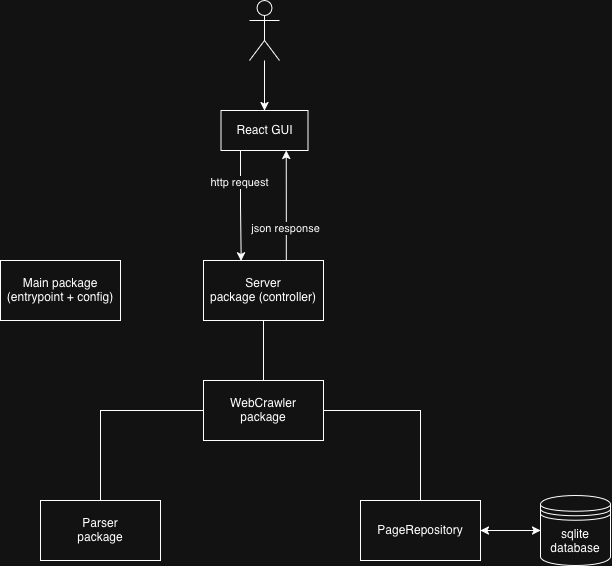
The draw.io diagram images/package-diagram.png in firozt/go-webcrawler, before a commit. Source tidied: cells renumbered, new cells last; positions are measured from the earlier drawing's top-left corner, leaving out a move shared by most shapes.
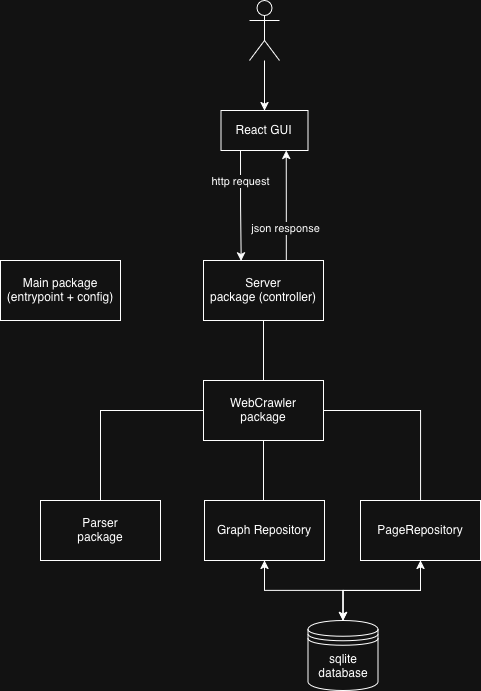
Above is the later version.

Commit message:
added graph diagram

Diff of the diagram source:
```diff
@@ -61,10 +61,24 @@
       <mxGeometry relative="1" as="geometry" />
     </mxCell>
     <mxCell id="18" value="&lt;div&gt;sqlite&lt;/div&gt;&lt;div&gt;database&lt;/div&gt;" style="shape=datastore;whiteSpace=wrap;html=1;" parent="1" vertex="1">
-      <mxGeometry x="540" y="495" width="70" height="70" as="geometry" />
+      <mxGeometry x="307.5" y="620" width="70" height="70" as="geometry" />
     </mxCell>
     <mxCell id="19" value="&lt;div&gt;Main package&lt;/div&gt;&lt;div&gt;(entrypoint + config)&lt;/div&gt;" style="rounded=0;whiteSpace=wrap;html=1;" parent="1" vertex="1">
       <mxGeometry y="260" width="120" height="60" as="geometry" />
     </mxCell>
+    <mxCell id="20" style="edgeStyle=orthogonalEdgeStyle;rounded=0;jettySize=auto;html=1;entryX=0.5;entryY=0;entryDx=0;entryDy=0;startArrow=classic;startFill=1;" parent="1" edge="1" source="22" target="18">
+      <mxGeometry relative="1" as="geometry" />
+    </mxCell>
+    <mxCell id="21" style="edgeStyle=orthogonalEdgeStyle;rounded=0;jettySize=auto;html=1;endArrow=none;endFill=0;" parent="1" edge="1" source="22" target="13">
+      <mxGeometry relative="1" as="geometry">
+        <Array as="points">
+          <mxPoint x="263" y="490" />
+          <mxPoint x="263" y="490" />
+        </Array>
+      </mxGeometry>
+    </mxCell>
+    <mxCell id="22" value="Graph Repository" style="rounded=0;whiteSpace=wrap;html=1;" parent="1" vertex="1">
+      <mxGeometry x="204" y="500" width="120" height="60" as="geometry" />
+    </mxCell>
   </root>
 </mxGraphModel>
```
